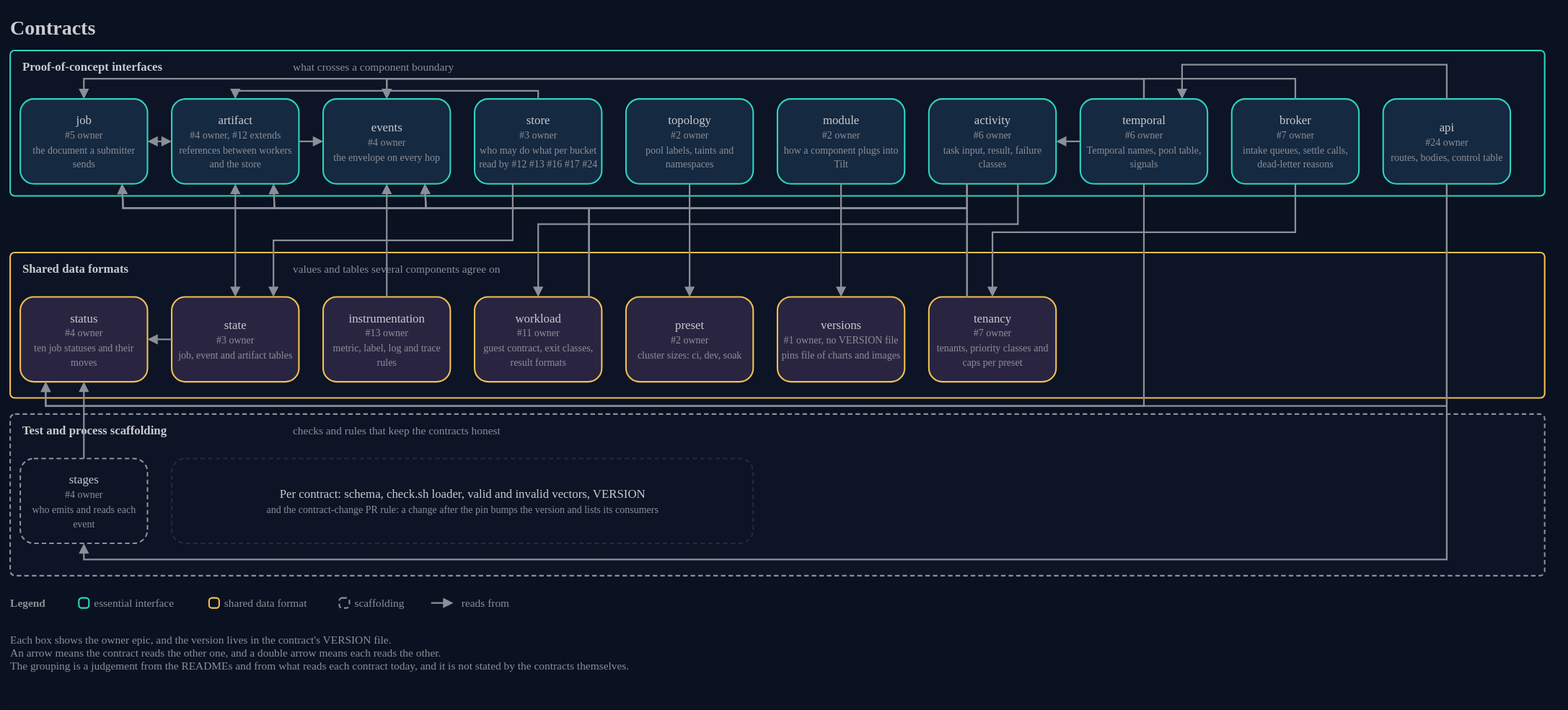
Earlier version of the draw.io export docs/architecture/15-contracts.drawio.svg (AndoNorth/weft). Source tidied: cells renumbered, new cells last; positions are measured from the earlier drawing's top-left corner, leaving out a move shared by most shapes.
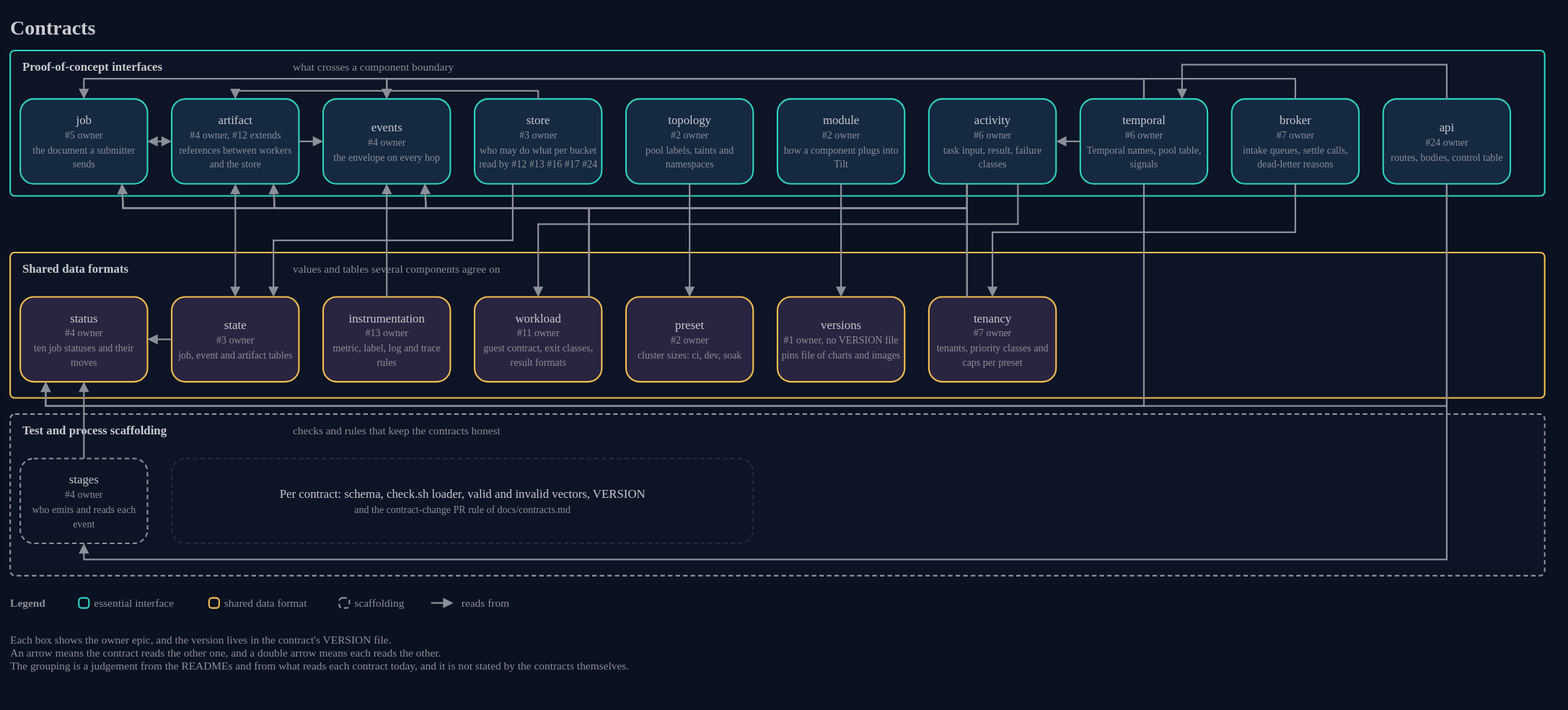
Above is the later version.

The edit, as a diff of the source:
```diff
@@ -74,7 +74,7 @@
     <mxCell id="25" value="stages&lt;br&gt;&lt;font color=&quot;#8c8f98&quot; style=&quot;font-size:10px&quot;&gt;#4 owner&lt;br&gt;who emits and reads each event&lt;/font&gt;" style="rounded=1;arcSize=16;html=1;whiteSpace=wrap;fillColor=#0c1425;strokeColor=#8c8f98;strokeWidth=1.5;dashed=1;dashPattern=3 2;fontColor=#c9cbd0;fontSize=12;fontFamily=IBM Plex Sans;align=center;verticalAlign=middle;" parent="1" vertex="1">
       <mxGeometry x="10" y="444" width="126" height="84" as="geometry" />
     </mxCell>
-    <mxCell id="26" value="Per contract: schema, check.sh loader, valid and invalid vectors, VERSION&lt;br&gt;&lt;font color=&quot;#8c8f98&quot; style=&quot;font-size:10px&quot;&gt;and the contract-change PR rule: a change after the pin bumps the version and lists its consumers&lt;/font&gt;" style="rounded=1;arcSize=16;html=1;whiteSpace=wrap;fillColor=#0c1425;strokeColor=#252b39;strokeWidth=1.5;dashed=1;dashPattern=3 2;fontColor=#c9cbd0;fontSize=12;fontFamily=IBM Plex Sans;align=center;verticalAlign=middle;" parent="1" vertex="1">
+    <mxCell id="26" value="Per contract: schema, check.sh loader, valid and invalid vectors, VERSION&lt;br&gt;&lt;font color=&quot;#8c8f98&quot; style=&quot;font-size:10px&quot;&gt;and the contract-change PR rule of docs/contracts.md&lt;/font&gt;" style="rounded=1;arcSize=16;html=1;whiteSpace=wrap;fillColor=#0c1425;strokeColor=#252b39;strokeWidth=1.5;dashed=1;dashPattern=3 2;fontColor=#c9cbd0;fontSize=12;fontFamily=IBM Plex Sans;align=center;verticalAlign=middle;" parent="1" vertex="1">
       <mxGeometry x="160" y="444" width="576" height="84" as="geometry" />
     </mxCell>
     <mxCell id="27" value="workload&lt;br&gt;&lt;font color=&quot;#8c8f98&quot; style=&quot;font-size:10px&quot;&gt;#11 owner&lt;br&gt;guest contract, exit classes, result formats&lt;/font&gt;" style="rounded=1;arcSize=16;html=1;whiteSpace=wrap;fillColor=#292541;strokeColor=#f4bf51;strokeWidth=1.5;fontColor=#c9cbd0;fontSize=12;fontFamily=IBM Plex Sans;align=center;verticalAlign=middle;" parent="1" vertex="1">
```
